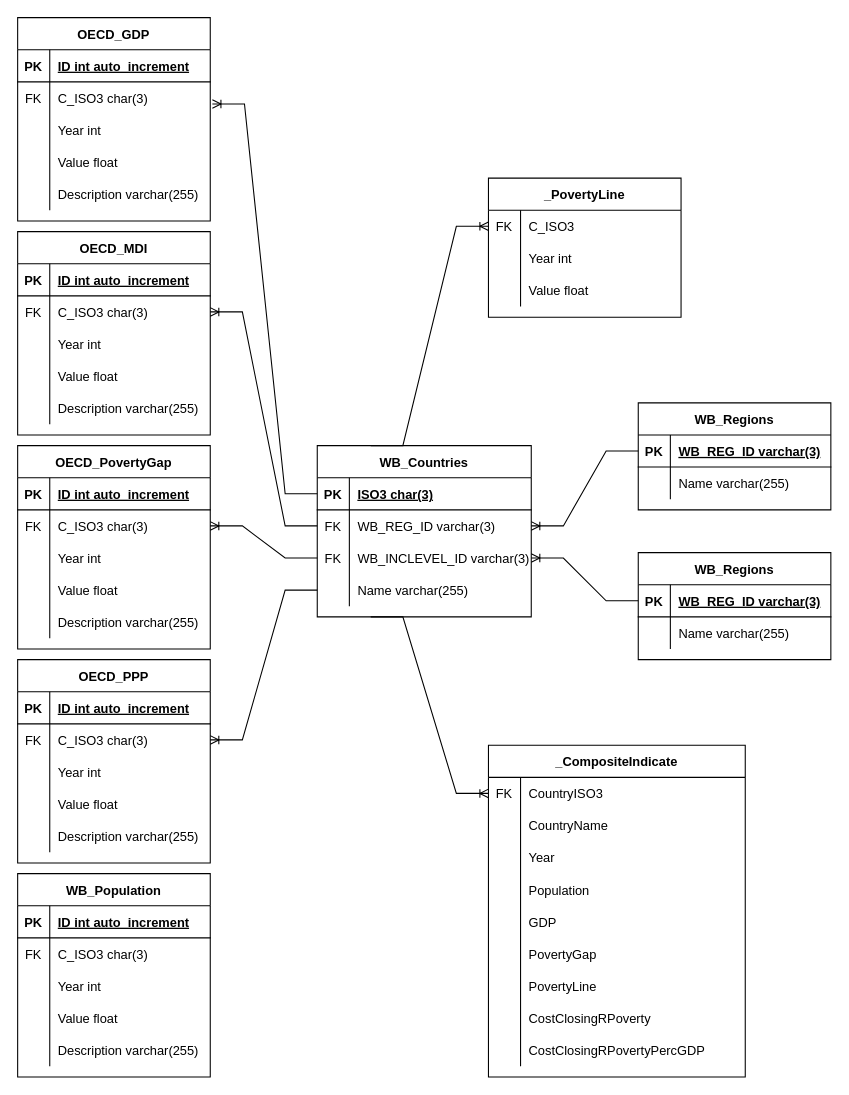
Above: ERD/ERD_EM.drawio in eric-martinet/Poverty_composite_indicator (draw.io), before the change. Source tidied: cells renumbered, new cells numbered last; positions are measured from the earlier drawing's top-left corner, leaving out a move shared by most shapes. Both pictures are drawn from the tidied source at 107%, with x=0, y=0 at pixel (17, 17).
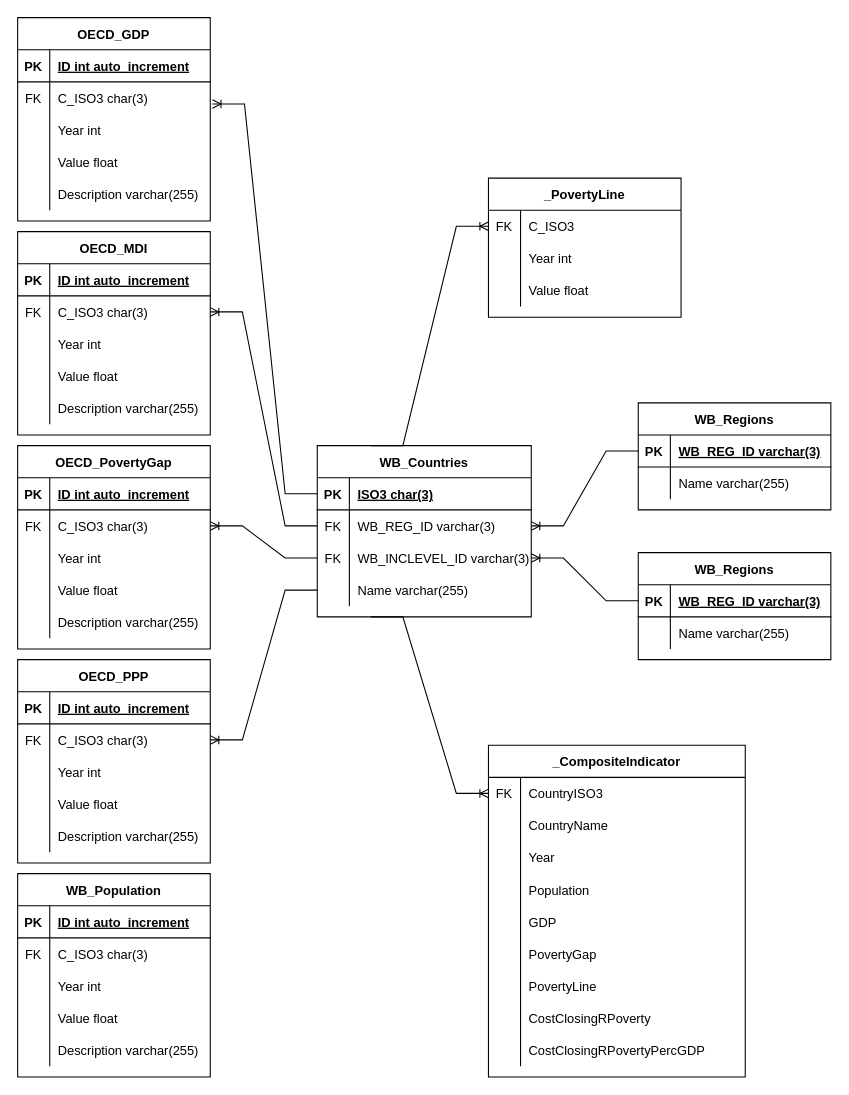
Above is the later version.

The edit, as a diff of the source:
```diff
@@
-    <mxCell id="124" value="_CompositeIndicate" style="shape=table;startSize=30;childLayout=tableLayout;rowLines=0;fontStyle=1;align=center;" parent="1" vertex="1">
+    <mxCell id="124" value="_CompositeIndicator" style="shape=table;startSize=30;childLayout=tableLayout;rowLines=0;fontStyle=1;align=center;" parent="1" vertex="1">
       <mxGeometry x="440" y="680" width="240" height="310" as="geometry" />
     </mxCell>
```
